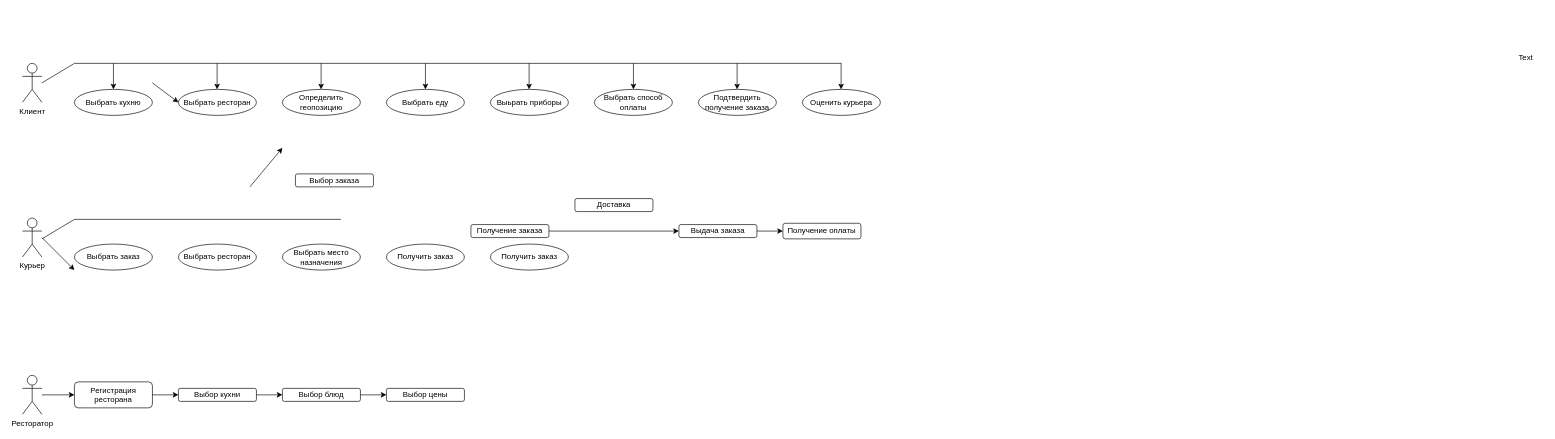
Before: use_case.drawio in randomunrandom/PI, a draw.io diagram. Source tidied: cells renumbered, new cells numbered last; positions are measured from the earlier drawing's top-left corner, leaving out a move shared by most shapes. Both pictures are drawn from the tidied source at 65%, with x=0, y=0 at pixel (22, 51).
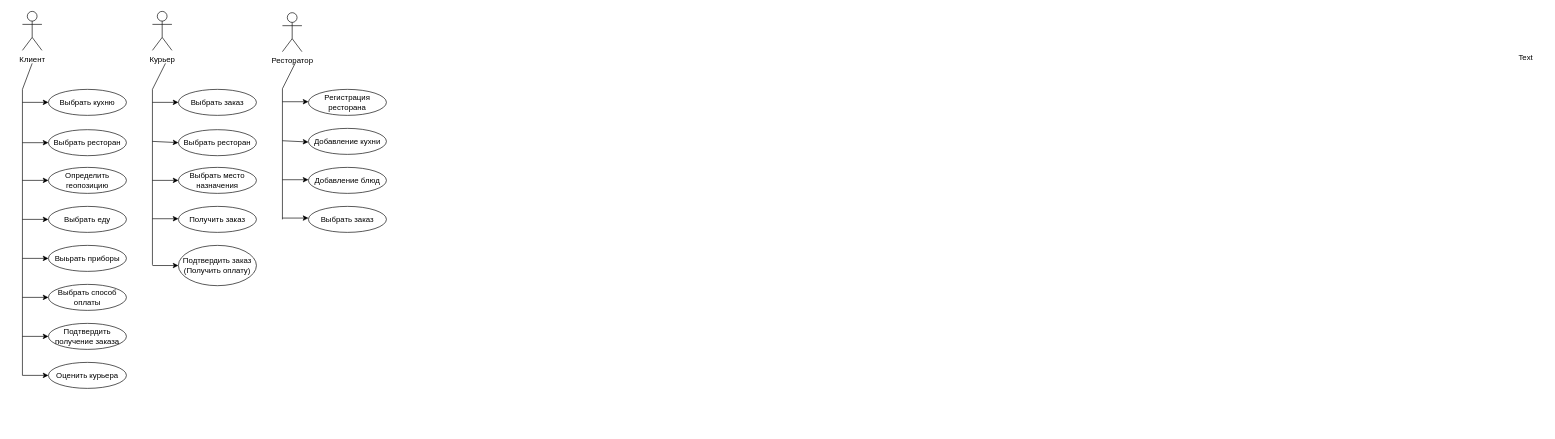
After the change.

Diff of the diagram source:
```diff
@@
-    <mxCell id="2" style="rounded=0;jettySize=auto;html=1;entryX=0.5;entryY=0;entryDx=0;entryDy=0;" parent="1" edge="1" target="25">
+    <mxCell id="2" style="rounded=0;jettySize=auto;html=1;entryX=0;entryY=0.5;entryDx=0;entryDy=0;" parent="1" edge="1" target="25">
       <mxGeometry relative="1" as="geometry">
-        <mxPoint x="140" y="18" as="sourcePoint" />
+        <mxPoint y="78" as="sourcePoint" />
       </mxGeometry>
     </mxCell>
     <mxCell id="3" value="&lt;div&gt;Клиент&lt;/div&gt;" style="shape=umlActor;verticalLabelPosition=bottom;labelBackgroundColor=#ffffff;verticalAlign=top;html=1;" parent="1" vertex="1">
-      <mxGeometry y="18" width="30" height="60" as="geometry" />
+      <mxGeometry y="-62" width="30" height="60" as="geometry" />
     </mxCell>
-    <mxCell id="4" style="rounded=0;orthogonalLoop=1;jettySize=auto;html=1;exitX=1;exitY=0.5;exitDx=0;exitDy=0;entryX=0;entryY=0.5;entryDx=0;entryDy=0;" parent="1" edge="1">
-      <mxGeometry relative="1" as="geometry">
-        <mxPoint x="200" y="48" as="sourcePoint" />
-        <mxPoint x="240" y="78" as="targetPoint" />
-      </mxGeometry>
-    </mxCell>
-    <mxCell id="5" style="rounded=0;orthogonalLoop=1;jettySize=auto;html=1;exitX=1;exitY=0.5;exitDx=0;exitDy=0;entryX=0;entryY=0.5;entryDx=0;entryDy=0;" parent="1" edge="1">
-      <mxGeometry relative="1" as="geometry">
-        <mxPoint x="350" y="208" as="sourcePoint" />
-        <mxPoint x="400" y="148" as="targetPoint" />
-      </mxGeometry>
-    </mxCell>
@@
     <mxCell id="7" value="Курьер" style="shape=umlActor;verticalLabelPosition=bottom;labelBackgroundColor=#ffffff;verticalAlign=top;html=1;" parent="1" vertex="1">
-      <mxGeometry y="256" width="30" height="60" as="geometry" />
+      <mxGeometry x="200" y="-62" width="30" height="60" as="geometry" />
     </mxCell>
-    <mxCell id="8" value="Выбор заказа" style="rounded=1;whiteSpace=wrap;html=1;" parent="1" vertex="1">
-      <mxGeometry x="420" y="188" width="120" height="20" as="geometry" />
-    </mxCell>
-    <mxCell id="9" value="Получение заказа" style="rounded=1;whiteSpace=wrap;html=1;" parent="1" vertex="1">
-      <mxGeometry x="690" y="266" width="120" height="20" as="geometry" />
-    </mxCell>
-    <mxCell id="10" style="rounded=0;orthogonalLoop=1;jettySize=auto;html=1;entryX=0;entryY=0.5;entryDx=0;entryDy=0;" parent="1" edge="1">
+    <mxCell id="10" style="rounded=0;jettySize=auto;html=1;entryX=0;entryY=0.5;entryDx=0;entryDy=0;" parent="1" edge="1" target="44">
       <mxGeometry relative="1" as="geometry">
-        <mxPoint x="30" y="286" as="sourcePoint" />
-        <mxPoint x="80" y="336" as="targetPoint" />
+        <mxPoint x="200" y="78" as="sourcePoint" />
       </mxGeometry>
     </mxCell>
-    <mxCell id="11" style="rounded=0;jettySize=auto;html=1;entryX=0;entryY=0.5;entryDx=0;entryDy=0;" parent="1" edge="1" target="13">
-      <mxGeometry relative="1" as="geometry">
-        <mxPoint x="810" y="276" as="sourcePoint" />
-      </mxGeometry>
-    </mxCell>
-    <mxCell id="12" value="&lt;div&gt;Доставка&lt;/div&gt;" style="rounded=1;whiteSpace=wrap;html=1;" parent="1" vertex="1">
-      <mxGeometry x="850" y="226" width="120" height="20" as="geometry" />
-    </mxCell>
-    <mxCell id="13" value="&lt;div&gt;Выдача заказа&lt;/div&gt;" style="rounded=1;whiteSpace=wrap;html=1;" parent="1" vertex="1">
-      <mxGeometry x="1010" y="266" width="120" height="20" as="geometry" />
-    </mxCell>
-    <mxCell id="14" style="rounded=0;jettySize=auto;html=1;exitX=1;exitY=0.5;exitDx=0;exitDy=0;entryX=0;entryY=0.5;entryDx=0;entryDy=0;" parent="1" edge="1" source="13" target="15">
-      <mxGeometry relative="1" as="geometry" />
-    </mxCell>
-    <mxCell id="15" value="Получение оплаты" style="rounded=1;whiteSpace=wrap;html=1;" parent="1" vertex="1">
-      <mxGeometry x="1170" y="264" width="120" height="24" as="geometry" />
-    </mxCell>
     <mxCell id="16" value="Ресторатор" style="shape=umlActor;verticalLabelPosition=bottom;labelBackgroundColor=#ffffff;verticalAlign=top;html=1;" parent="1" vertex="1">
-      <mxGeometry y="498" width="30" height="60" as="geometry" />
+      <mxGeometry x="400" y="-60" width="30" height="60" as="geometry" />
     </mxCell>
-    <mxCell id="17" style="rounded=0;jettySize=auto;html=1;entryX=0;entryY=0.5;entryDx=0;entryDy=0;" parent="1" edge="1" target="18">
+    <mxCell id="17" style="rounded=0;jettySize=auto;html=1;entryX=0;entryY=0.5;entryDx=0;entryDy=0;" parent="1" edge="1" target="31">
       <mxGeometry relative="1" as="geometry">
-        <mxPoint x="30" y="528" as="sourcePoint" />
+        <mxPoint y="438" as="sourcePoint" />
       </mxGeometry>
     </mxCell>
-    <mxCell id="18" value="Регистрация ресторана" style="rounded=1;whiteSpace=wrap;html=1;" parent="1" vertex="1">
-      <mxGeometry x="80" y="508" width="120" height="40" as="geometry" />
-    </mxCell>
-    <mxCell id="19" style="rounded=0;jettySize=auto;html=1;exitX=1;exitY=0.5;exitDx=0;exitDy=0;entryX=0;entryY=0.5;entryDx=0;entryDy=0;" parent="1" edge="1" source="18" target="20">
-      <mxGeometry relative="1" as="geometry" />
-    </mxCell>
-    <mxCell id="20" value="Выбор кухни" style="rounded=1;whiteSpace=wrap;html=1;" parent="1" vertex="1">
-      <mxGeometry x="240" y="518" width="120" height="20" as="geometry" />
-    </mxCell>
-    <mxCell id="21" style="rounded=0;orthogonalLoop=1;jettySize=auto;html=1;" parent="1" edge="1">
-      <mxGeometry relative="1" as="geometry">
-        <mxPoint x="360" y="528" as="sourcePoint" />
-        <mxPoint x="400" y="528" as="targetPoint" />
-      </mxGeometry>
-    </mxCell>
-    <mxCell id="22" value="&lt;div&gt;Выбор блюд&lt;/div&gt;" style="rounded=1;whiteSpace=wrap;html=1;" parent="1" vertex="1">
-      <mxGeometry x="400" y="518" width="120" height="20" as="geometry" />
-    </mxCell>
-    <mxCell id="23" style="rounded=0;orthogonalLoop=1;jettySize=auto;html=1;" parent="1" edge="1">
-      <mxGeometry relative="1" as="geometry">
-        <mxPoint x="520" y="528" as="sourcePoint" />
-        <mxPoint x="560" y="528" as="targetPoint" />
-      </mxGeometry>
-    </mxCell>
-    <mxCell id="24" value="&lt;div&gt;Выбор цены&lt;/div&gt;" style="rounded=1;whiteSpace=wrap;html=1;" parent="1" vertex="1">
-      <mxGeometry x="560" y="518" width="120" height="20" as="geometry" />
-    </mxCell>
     <mxCell id="25" value="Выбрать кухню" style="ellipse;whiteSpace=wrap;html=1;" parent="1" vertex="1">
-      <mxGeometry x="80" y="58" width="120" height="40" as="geometry" />
+      <mxGeometry x="40" y="58" width="120" height="40" as="geometry" />
     </mxCell>
     <mxCell id="26" value="Выбрать ресторан" style="ellipse;whiteSpace=wrap;html=1;" parent="1" vertex="1">
-      <mxGeometry x="240" y="58" width="120" height="40" as="geometry" />
+      <mxGeometry x="40" y="120" width="120" height="40" as="geometry" />
     </mxCell>
     <mxCell id="27" value="&lt;div&gt;Определить геопозицию&lt;/div&gt;" style="ellipse;whiteSpace=wrap;html=1;" parent="1" vertex="1">
-      <mxGeometry x="400" y="58" width="120" height="40" as="geometry" />
+      <mxGeometry x="40" y="178" width="120" height="40" as="geometry" />
     </mxCell>
     <mxCell id="28" value="Выбрать еду" style="ellipse;whiteSpace=wrap;html=1;" parent="1" vertex="1">
-      <mxGeometry x="560" y="58" width="120" height="40" as="geometry" />
+      <mxGeometry x="40" y="238" width="120" height="40" as="geometry" />
     </mxCell>
     <mxCell id="29" value="Выьрать приборы" style="ellipse;whiteSpace=wrap;html=1;" parent="1" vertex="1">
-      <mxGeometry x="720" y="58" width="120" height="40" as="geometry" />
+      <mxGeometry x="40" y="298" width="120" height="40" as="geometry" />
     </mxCell>
     <mxCell id="30" value="Выбрать способ оплаты" style="ellipse;whiteSpace=wrap;html=1;" parent="1" vertex="1">
-      <mxGeometry x="880" y="58" width="120" height="40" as="geometry" />
+      <mxGeometry x="40" y="358" width="120" height="40" as="geometry" />
     </mxCell>
     <mxCell id="31" value="Подтвердить получение заказа" style="ellipse;whiteSpace=wrap;html=1;" parent="1" vertex="1">
-      <mxGeometry x="1040" y="58" width="120" height="40" as="geometry" />
+      <mxGeometry x="40" y="418" width="120" height="40" as="geometry" />
     </mxCell>
     <mxCell id="32" value="&lt;div&gt;Оценить курьера&lt;/div&gt;" style="ellipse;whiteSpace=wrap;html=1;" parent="1" vertex="1">
-      <mxGeometry x="1200" y="58" width="120" height="40" as="geometry" />
+      <mxGeometry x="40" y="478" width="120" height="40" as="geometry" />
     </mxCell>
     <mxCell id="33" style="endArrow=none;html=1;" parent="1" edge="1">
       <mxGeometry relative="1" as="geometry">
-        <mxPoint x="30" y="48" as="sourcePoint" />
-        <mxPoint x="80" y="18" as="targetPoint" />
+        <mxPoint x="15" y="18" as="sourcePoint" />
+        <mxPoint y="58" as="targetPoint" />
       </mxGeometry>
     </mxCell>
     <mxCell id="34" style="endArrow=none;html=1;" parent="1" edge="1">
       <mxGeometry relative="1" as="geometry">
-        <mxPoint x="80" y="18" as="sourcePoint" />
-        <mxPoint x="1260" y="18" as="targetPoint" />
+        <mxPoint y="58" as="sourcePoint" />
+        <mxPoint y="498" as="targetPoint" />
       </mxGeometry>
     </mxCell>
-    <mxCell id="35" style="rounded=0;orthogonalLoop=1;jettySize=auto;html=1;entryX=0.5;entryY=0;entryDx=0;entryDy=0;" parent="1" edge="1">
+    <mxCell id="35" style="rounded=0;jettySize=auto;html=1;entryX=0;entryY=0.5;entryDx=0;entryDy=0;" parent="1" edge="1" target="26">
       <mxGeometry relative="1" as="geometry">
-        <mxPoint x="299.5" y="18" as="sourcePoint" />
-        <mxPoint x="299.5" y="58" as="targetPoint" />
+        <mxPoint y="140" as="sourcePoint" />
       </mxGeometry>
     </mxCell>
-    <mxCell id="36" style="rounded=0;orthogonalLoop=1;jettySize=auto;html=1;entryX=0.5;entryY=0;entryDx=0;entryDy=0;" parent="1" edge="1">
+    <mxCell id="36" style="rounded=0;jettySize=auto;html=1;entryX=0;entryY=0.5;entryDx=0;entryDy=0;" parent="1" edge="1" target="27">
       <mxGeometry relative="1" as="geometry">
-        <mxPoint x="459.5" y="18" as="sourcePoint" />
-        <mxPoint x="459.5" y="58" as="targetPoint" />
+        <mxPoint y="198" as="sourcePoint" />
       </mxGeometry>
     </mxCell>
-    <mxCell id="37" style="rounded=0;orthogonalLoop=1;jettySize=auto;html=1;entryX=0.5;entryY=0;entryDx=0;entryDy=0;" parent="1" edge="1">
+    <mxCell id="37" style="rounded=0;jettySize=auto;html=1;entryX=0;entryY=0.5;entryDx=0;entryDy=0;" parent="1" edge="1" target="28">
       <mxGeometry relative="1" as="geometry">
-        <mxPoint x="620" y="18" as="sourcePoint" />
-        <mxPoint x="620" y="58" as="targetPoint" />
+        <mxPoint y="258" as="sourcePoint" />
       </mxGeometry>
     </mxCell>
-    <mxCell id="38" style="rounded=0;orthogonalLoop=1;jettySize=auto;html=1;entryX=0.5;entryY=0;entryDx=0;entryDy=0;" parent="1" edge="1">
+    <mxCell id="38" style="rounded=0;jettySize=auto;html=1;entryX=0;entryY=0.5;entryDx=0;entryDy=0;" parent="1" edge="1" target="29">
       <mxGeometry relative="1" as="geometry">
-        <mxPoint x="779.5" y="18" as="sourcePoint" />
-        <mxPoint x="779.5" y="58" as="targetPoint" />
+        <mxPoint y="318" as="sourcePoint" />
       </mxGeometry>
     </mxCell>
-    <mxCell id="39" style="rounded=0;orthogonalLoop=1;jettySize=auto;html=1;entryX=0.5;entryY=0;entryDx=0;entryDy=0;" parent="1" edge="1">
+    <mxCell id="39" style="rounded=0;jettySize=auto;html=1;entryX=0;entryY=0.5;entryDx=0;entryDy=0;" parent="1" edge="1" target="30">
       <mxGeometry relative="1" as="geometry">
-        <mxPoint x="940" y="18" as="sourcePoint" />
-        <mxPoint x="940" y="58" as="targetPoint" />
+        <mxPoint y="378" as="sourcePoint" />
       </mxGeometry>
     </mxCell>
-    <mxCell id="40" style="rounded=0;orthogonalLoop=1;jettySize=auto;html=1;entryX=0.5;entryY=0;entryDx=0;entryDy=0;" parent="1" edge="1">
+    <mxCell id="40" style="rounded=0;jettySize=auto;html=1;entryX=0;entryY=0.5;entryDx=0;entryDy=0;" parent="1" edge="1" target="45">
       <mxGeometry relative="1" as="geometry">
-        <mxPoint x="1259.5" y="18" as="sourcePoint" />
-        <mxPoint x="1259.5" y="58" as="targetPoint" />
+        <mxPoint x="200" y="138" as="sourcePoint" />
       </mxGeometry>
     </mxCell>
-    <mxCell id="41" style="rounded=0;orthogonalLoop=1;jettySize=auto;html=1;entryX=0.5;entryY=0;entryDx=0;entryDy=0;" parent="1" edge="1">
+    <mxCell id="41" style="rounded=0;jettySize=auto;html=1;entryX=0;entryY=0.5;entryDx=0;entryDy=0;" parent="1" edge="1" target="32">
       <mxGeometry relative="1" as="geometry">
-        <mxPoint x="1099.5" y="18" as="sourcePoint" />
-        <mxPoint x="1099.5" y="58" as="targetPoint" />
+        <mxPoint y="498" as="sourcePoint" />
       </mxGeometry>
     </mxCell>
-    <mxCell id="42" style="endArrow=none;html=1;" parent="1" edge="1">
-      <mxGeometry relative="1" as="geometry">
-        <mxPoint x="30" y="288" as="sourcePoint" />
-        <mxPoint x="80" y="258" as="targetPoint" />
-      </mxGeometry>
-    </mxCell>
     <mxCell id="43" style="endArrow=none;html=1;" parent="1" edge="1">
       <mxGeometry relative="1" as="geometry">
-        <mxPoint x="80" y="258" as="sourcePoint" />
-        <mxPoint x="490" y="258" as="targetPoint" />
+        <mxPoint x="200" y="58" as="sourcePoint" />
+        <mxPoint x="200" y="328" as="targetPoint" />
       </mxGeometry>
     </mxCell>
     <mxCell id="44" value="Выбрать заказ" style="ellipse;whiteSpace=wrap;html=1;" parent="1" vertex="1">
-      <mxGeometry x="80" y="296" width="120" height="40" as="geometry" />
+      <mxGeometry x="240" y="58" width="120" height="40" as="geometry" />
     </mxCell>
     <mxCell id="45" value="Выбрать ресторан" style="ellipse;whiteSpace=wrap;html=1;" parent="1" vertex="1">
-      <mxGeometry x="240" y="296" width="120" height="40" as="geometry" />
+      <mxGeometry x="240" y="120" width="120" height="40" as="geometry" />
     </mxCell>
     <mxCell id="46" value="Выбрать место назначения" style="ellipse;whiteSpace=wrap;html=1;" parent="1" vertex="1">
-      <mxGeometry x="400" y="296" width="120" height="40" as="geometry" />
+      <mxGeometry x="240" y="178" width="120" height="40" as="geometry" />
     </mxCell>
     <mxCell id="47" value="Получить заказ" style="ellipse;whiteSpace=wrap;html=1;" parent="1" vertex="1">
-      <mxGeometry x="560" y="296" width="120" height="40" as="geometry" />
+      <mxGeometry x="240" y="238" width="120" height="40" as="geometry" />
     </mxCell>
-    <mxCell id="48" value="Получить заказ" style="ellipse;whiteSpace=wrap;html=1;" parent="1" vertex="1">
-      <mxGeometry x="720" y="296" width="120" height="40" as="geometry" />
+    <mxCell id="48" value="Подтвердить заказ&lt;br&gt;(Получить оплату)" style="ellipse;whiteSpace=wrap;html=1;" parent="1" vertex="1">
+      <mxGeometry x="240" y="298" width="120" height="62" as="geometry" />
     </mxCell>
+    <mxCell id="49" style="rounded=0;jettySize=auto;html=1;entryX=0;entryY=0.5;entryDx=0;entryDy=0;" parent="1" edge="1" target="48">
+      <mxGeometry relative="1" as="geometry">
+        <mxPoint x="200" y="329" as="sourcePoint" />
+      </mxGeometry>
+    </mxCell>
+    <mxCell id="18" value="Регистрация ресторана" style="ellipse;whiteSpace=wrap;html=1;" parent="1" vertex="1">
+      <mxGeometry x="440" y="58" width="120" height="40" as="geometry" />
+    </mxCell>
+    <mxCell id="50" value="Добавление кухни" style="ellipse;whiteSpace=wrap;html=1;" parent="1" vertex="1">
+      <mxGeometry x="440" y="118" width="120" height="40" as="geometry" />
+    </mxCell>
+    <mxCell id="51" value="Выбрать заказ" style="ellipse;whiteSpace=wrap;html=1;" parent="1" vertex="1">
+      <mxGeometry x="440" y="238" width="120" height="40" as="geometry" />
+    </mxCell>
+    <mxCell id="52" value="Добавление блюд" style="ellipse;whiteSpace=wrap;html=1;" parent="1" vertex="1">
+      <mxGeometry x="440" y="178" width="120" height="40" as="geometry" />
+    </mxCell>
+    <mxCell id="53" style="rounded=0;orthogonalLoop=1;jettySize=auto;html=1;entryX=0;entryY=0.5;entryDx=0;entryDy=0;" parent="1" edge="1">
+      <mxGeometry relative="1" as="geometry">
+        <mxPoint x="200" y="257" as="sourcePoint" />
+        <mxPoint x="240" y="257" as="targetPoint" />
+      </mxGeometry>
+    </mxCell>
+    <mxCell id="54" style="rounded=0;jettySize=auto;html=1;entryX=0;entryY=0.5;entryDx=0;entryDy=0;" parent="1" edge="1" target="46">
+      <mxGeometry relative="1" as="geometry">
+        <mxPoint x="200" y="198" as="sourcePoint" />
+      </mxGeometry>
+    </mxCell>
+    <mxCell id="55" style="endArrow=none;html=1;" parent="1" edge="1">
+      <mxGeometry relative="1" as="geometry">
+        <mxPoint x="220" y="18" as="sourcePoint" />
+        <mxPoint x="200" y="58" as="targetPoint" />
+      </mxGeometry>
+    </mxCell>
+    <mxCell id="56" style="rounded=0;orthogonalLoop=1;jettySize=auto;html=1;entryX=0;entryY=0.5;entryDx=0;entryDy=0;" parent="1" edge="1">
+      <mxGeometry relative="1" as="geometry">
+        <mxPoint x="400" y="77" as="sourcePoint" />
+        <mxPoint x="440" y="77" as="targetPoint" />
+      </mxGeometry>
+    </mxCell>
+    <mxCell id="57" style="rounded=0;orthogonalLoop=1;jettySize=auto;html=1;entryX=0;entryY=0.5;entryDx=0;entryDy=0;" parent="1" edge="1">
+      <mxGeometry relative="1" as="geometry">
+        <mxPoint x="400" y="137" as="sourcePoint" />
+        <mxPoint x="440" y="139" as="targetPoint" />
+      </mxGeometry>
+    </mxCell>
+    <mxCell id="58" style="endArrow=none;html=1;" parent="1" edge="1">
+      <mxGeometry relative="1" as="geometry">
+        <mxPoint x="400" y="57" as="sourcePoint" />
+        <mxPoint x="400" y="258" as="targetPoint" />
+      </mxGeometry>
+    </mxCell>
+    <mxCell id="59" style="rounded=0;orthogonalLoop=1;jettySize=auto;html=1;entryX=0;entryY=0.5;entryDx=0;entryDy=0;" parent="1" edge="1">
+      <mxGeometry relative="1" as="geometry">
+        <mxPoint x="400" y="256" as="sourcePoint" />
+        <mxPoint x="440" y="256" as="targetPoint" />
+      </mxGeometry>
+    </mxCell>
+    <mxCell id="60" style="rounded=0;orthogonalLoop=1;jettySize=auto;html=1;entryX=0;entryY=0.5;entryDx=0;entryDy=0;" parent="1" edge="1">
+      <mxGeometry relative="1" as="geometry">
+        <mxPoint x="400" y="197" as="sourcePoint" />
+        <mxPoint x="440" y="197" as="targetPoint" />
+      </mxGeometry>
+    </mxCell>
+    <mxCell id="61" style="endArrow=none;html=1;" parent="1" edge="1">
+      <mxGeometry relative="1" as="geometry">
+        <mxPoint x="420" y="17" as="sourcePoint" />
+        <mxPoint x="400" y="57" as="targetPoint" />
+      </mxGeometry>
+    </mxCell>
```
